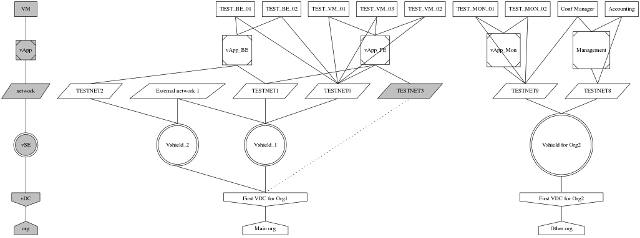
Before: diagramsamples/vcloud.thumbnail.png, a diagram exported from Graphviz (zoquero/vcloudtools). Its source is kept beside it as diagramsamples/vcloud.dot.
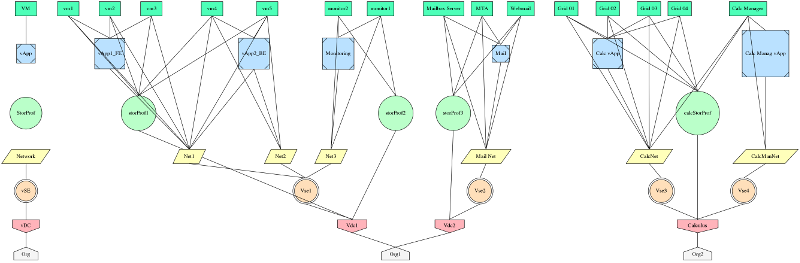
Later version of the same file.

What changed in the source:
```diff
@@ -4,99 +4,132 @@
   splines=false; # avoid curve lines
   edge [arrowhead=none,arrowtail=none];
   {
-    node [style=filled, fillcolor="#C0C0C0"];
-    org -> vDC -> vSE -> network -> vApp -> VM
+    Org -> vDC
+    vDC -> vSE
+    vSE -> Network
+    Network -> StorProf [style=invis]
+    StorProf -> vApp [style=invis]
+    vApp -> VM
 
-    org     [shape=house];
-    vDC     [shape=invhouse];
-    vSE     [shape=doublecircle];
-    network [shape=parallelogram];
-    vApp    [shape=Msquare];
-    VM      [shape=box];
+    Org [shape=house,style=filled,fillcolor="#f5f5f5"];
+    vDC [shape=invhouse,style=filled,fillcolor="#ffb3ba"];
+    vSE [shape=doublecircle,style=filled,fillcolor="#ffdfba"];
+    Network [shape=parallelogram,style=filled,fillcolor="#ffffba"];
+    StorProf [shape=circle,style=filled,fillcolor="#baffc9"];
+    vApp [shape=Msquare,style=filled,fillcolor="#bae1ff"];
+    VM [shape=box,style=filled,fillcolor="#4dffb8"];
   }
   # Orgs
   {
-    node [shape=house];
-    "Org1" [label="Main org"]
-    "Org2" [label="Other org"]
-    rank = same; org; "Org1";
-    rank = same; org; "Org2";
+    node [shape=house,style=filled,fillcolor="#f5f5f5"];
+    "Org1" [label="Org1"]
+    rank = same; Org; "Org1";
+    "Org2" [label="Org2"]
+    rank = same; Org; "Org2";
   }
   # vDCs
   {
-    node [shape=invhouse];
-    "urn_vcloud_vdc_ce6249ef_6ac0_49e8_a113_73829ad743a1" [label="First VDC for Org1"]
-    rank = same; vDC; "urn_vcloud_vdc_ce6249ef_6ac0_49e8_a113_73829ad743a1";
-    "urn_vcloud_vdc_ce6249ef_6ac0_49e8_a113_928ad3f28482" [label="First VDC for Org2"]
-    rank = same; vDC; "urn_vcloud_vdc_ce6249ef_6ac0_49e8_a113_928ad3f28482";
+    node [shape=invhouse,style=filled,fillcolor="#ffb3ba"];
+    "Vdc1" [label="Vdc1"]
+    rank = same; vDC; "Vdc1";
+    "Vdc2" [label="Vdc2"]
+    rank = same; vDC; "Vdc2";
+    "Calculus" [label="Calculus"]
+    rank = same; vDC; "Calculus";
   }
   # vSEs
   {
-    node [shape=doublecircle];
-    "urn_vcloud_gateway_99a8652b_f8e5_4322_842a_83jafb882ae1" [label="Vshield_2"]
-    rank = same; vSE; "urn_vcloud_gateway_99a8652b_f8e5_4322_842a_83jafb882ae1";
-    "urn_vcloud_gateway_a92eb7a6_bbcb_405a_8d55_3ce5704ec05c" [label="Vshield_1"]
-    rank = same; vSE; "urn_vcloud_gateway_a92eb7a6_bbcb_405a_8d55_3ce5704ec05c";
-    "urn_vcloud_gateway_a92eb7a6_bbcb_405a_8d55_3ce5704ec05d" [label="Vshield for Org2"]
-    rank = same; vSE; "urn_vcloud_gateway_a92eb7a6_bbcb_405a_8d55_3ce5704ec05d";
+    node [shape=doublecircle,style=filled,fillcolor="#ffdfba"];
+    "Vse1" [label="Vse1"]
+    rank = same; vSE; "Vse1";
+    "Vse2" [label="Vse2"]
+    rank = same; vSE; "Vse2";
+    "Vse3" [label="Vse3"]
+    rank = same; vSE; "Vse3";
+    "Vse4" [label="Vse4"]
+    rank = same; vSE; "Vse4";
   }
   # vSE Networks
   {
-    node [shape=parallelogram];
-    "TESTNET2" [label="TESTNET2"]
-    rank = same; network; "TESTNET2";
-    "External network 1" [label="External network 1"]
-    rank = same; network; "External network 1";
-    "External network 1" [label="External network 1"]
-    rank = same; network; "External network 1";
-    "TESTNET0" [label="TESTNET0"]
-    rank = same; network; "TESTNET0";
-    "TESTNET1" [label="TESTNET1"]
-    rank = same; network; "TESTNET1";
-    "TESTNET9" [label="TESTNET9"]
-    rank = same; network; "TESTNET9";
-    "TESTNET8" [label="TESTNET8"]
-    rank = same; network; "TESTNET8";
+    node [shape=parallelogram,style=filled,fillcolor="#ffffba"];
+    "Net1" [label="Net1"]
+    rank = same; Network; "Net1";
+    "Net2" [label="Net2"]
+    rank = same; Network; "Net2";
+    "Net3" [label="Net3"]
+    rank = same; Network; "Net3";
+    "Mail Net" [label="Mail Net"]
+    rank = same; Network; "Mail Net";
+    "CalcNet" [label="CalcNet"]
+    rank = same; Network; "CalcNet";
+    "CalcManNet" [label="CalcManNet"]
+    rank = same; Network; "CalcManNet";
   }
   # Isolated Networks
   {
-    node [shape=parallelogram,style=filled,fillcolor="#C0C0C0"];
-    "TESTNET3" [label="TESTNET3"]
-    rank = same; network; "TESTNET3";
+    node [shape=parallelogram,style=filled,fillcolor="#e5e5a0"];
+  }
+  # Storage Profiles
+  {
+    node [shape=circle,style=filled,fillcolor="#baffc9"];
+    "storProf1" [label="storProf1"]
+    rank = same; StorProf; "storProf1";
+    "storProf2" [label="storProf2"]
+    rank = same; StorProf; "storProf2";
+    "storProf3" [label="storProf3"]
+    rank = same; StorProf; "storProf3";
+    "calcStorProf" [label="calcStorProf"]
+    rank = same; StorProf; "calcStorProf";
   }
   # vApps
   {
-    node [shape=Msquare];
-    "urn_vcloud_vapp_82bc2974_aad1_4f38_8f10_0aab9c667076" [label="vApp_FE"]
-    rank = same; vApp; "urn_vcloud_vapp_82bc2974_aad1_4f38_8f10_0aab9c667076";
-    "urn_vcloud_vapp_82bc2974_aad1_4f38_8f10_0aab9c667077" [label="vApp_BE"]
-    rank = same; vApp; "urn_vcloud_vapp_82bc2974_aad1_4f38_8f10_0aab9c667077";
-    "urn_vcloud_vapp_82bc2974_aad1_4f38_8f10_0aab9c667078" [label="vApp_Mon"]
-    rank = same; vApp; "urn_vcloud_vapp_82bc2974_aad1_4f38_8f10_0aab9c667078";
-    "urn_vcloud_vapp_82bc2974_aad1_4f38_8f10_0aab9c667079" [label="Management"]
-    rank = same; vApp; "urn_vcloud_vapp_82bc2974_aad1_4f38_8f10_0aab9c667079";
+    node [shape=Msquare,style=filled,fillcolor="#bae1ff"];
+    "vApp1_FE" [label="vApp1_FE"]
+    rank = same; vApp; "vApp1_FE";
+    "vApp2_BE" [label="vApp2_BE"]
+    rank = same; vApp; "vApp2_BE";
+    "monitoring" [label="Monitoring"]
+    rank = same; vApp; "monitoring";
+    "Mail" [label="Mail"]
+    rank = same; vApp; "Mail";
+    "Calc vApp" [label="Calc vApp"]
+    rank = same; vApp; "Calc vApp";
+    "Calc Manag vApp" [label="Calc Manag vApp"]
+    rank = same; vApp; "Calc Manag vApp";
   }
   # VMs
   {
-    node [shape=box];
-    "urn_vcloud_vm_3e1bf41f_cb70_4258_92f5_386f22cc11a0" [label="TEST_VM_02"]
-    rank = same; VM; "urn_vcloud_vm_3e1bf41f_cb70_4258_92f5_386f22cc11a0";
-    "urn_vcloud_vm_40a34d05_bc27_455b_ba0b_576bd99e14d3" [label="TEST_VM_01"]
-    rank = same; VM; "urn_vcloud_vm_40a34d05_bc27_455b_ba0b_576bd99e14d3";
-    "urn_vcloud_vm_0ccae7ba_1585_443d_8091_3c5d02bc5ffe" [label="TEST_VM_03"]
-    rank = same; VM; "urn_vcloud_vm_0ccae7ba_1585_443d_8091_3c5d02bc5ffe";
-    "urn_vcloud_vm_3e1bf41f_cb70_4258_92f5_386f22cc11a1" [label="TEST_BE_01"]
-    rank = same; VM; "urn_vcloud_vm_3e1bf41f_cb70_4258_92f5_386f22cc11a1";
-    "urn_vcloud_vm_3e1bf41f_cb70_4258_92f5_386f22cc11a2" [label="TEST_BE_02"]
-    rank = same; VM; "urn_vcloud_vm_3e1bf41f_cb70_4258_92f5_386f22cc11a2";
-    "urn_vcloud_vm_3e1bf41f_cb70_4258_92f5_386f22cc11a3" [label="TEST_MON_01"]
-    rank = same; VM; "urn_vcloud_vm_3e1bf41f_cb70_4258_92f5_386f22cc11a3";
-    "urn_vcloud_vm_3e1bf41f_cb70_4258_92f5_386f22cc11a4" [label="TEST_MON_02"]
-    rank = same; VM; "urn_vcloud_vm_3e1bf41f_cb70_4258_92f5_386f22cc11a4";
-    "urn_vcloud_vm_3e1bf41f_cb70_4258_92f5_386f22cc11a5" [label="Conf Manager"]
-    rank = same; VM; "urn_vcloud_vm_3e1bf41f_cb70_4258_92f5_386f22cc11a5";
-    "urn_vcloud_vm_3e1bf41f_cb70_4258_92f5_386f22cc11a6" [label="Accounting"]
-    rank = same; VM; "urn_vcloud_vm_3e1bf41f_cb70_4258_92f5_386f22cc11a6";
+    node [shape=box,style=filled,fillcolor="#4dffb8"];
+    "vm1" [label="vm1"]
+    rank = same; VM; "vm1";
+    "vm2" [label="vm2"]
+    rank = same; VM; "vm2";
+    "vm3" [label="vm3"]
+    rank = same; VM; "vm3";
+    "vm4" [label="vm4"]
+    rank = same; VM; "vm4";
+    "vm5" [label="vm5"]
+    rank = same; VM; "vm5";
+    "monitor1" [label="monitor1"]
+    rank = same; VM; "monitor1";
+    "monitor2" [label="monitor2"]
+    rank = same; VM; "monitor2";
+    "Webmail" [label="Webmail"]
+    rank = same; VM; "Webmail";
+    "MTA" [label="MTA"]
+    rank = same; VM; "MTA";
+    "Mailbox Server" [label="Mailbox Server"]
+    rank = same; VM; "Mailbox Server";
+    "Grid 01" [label="Grid 01"]
+    rank = same; VM; "Grid 01";
+    "Grid 02" [label="Grid 02"]
+    rank = same; VM; "Grid 02";
+    "Grid 03" [label="Grid 03"]
+    rank = same; VM; "Grid 03";
+    "Grid 04" [label="Grid 04"]
+    rank = same; VM; "Grid 04";
+    "Calc Manager" [label="Calc Manager"]
+    rank = same; VM; "Calc Manager";
   }
   #
   # Edges
@@ -104,47 +137,82 @@
 
   # Org edges:
   # vDC edges:
-    "Org1":n->"urn_vcloud_vdc_ce6249ef_6ac0_49e8_a113_73829ad743a1":s;
-    "Org2":n->"urn_vcloud_vdc_ce6249ef_6ac0_49e8_a113_928ad3f28482":s;
+    "Org1":n->"Vdc1":s;
+    "Org1":n->"Vdc2":s;
+    "Org2":n->"Calculus":s;
   # vSE edges:
-    "urn_vcloud_vdc_ce6249ef_6ac0_49e8_a113_73829ad743a1":n->"urn_vcloud_gateway_99a8652b_f8e5_4322_842a_83jafb882ae1":s;
-    "urn_vcloud_vdc_ce6249ef_6ac0_49e8_a113_73829ad743a1":n->"urn_vcloud_gateway_a92eb7a6_bbcb_405a_8d55_3ce5704ec05c":s;
-    "urn_vcloud_vdc_ce6249ef_6ac0_49e8_a113_928ad3f28482":n->"urn_vcloud_gateway_a92eb7a6_bbcb_405a_8d55_3ce5704ec05d":s;
+    "Vdc1":n->"Vse1":s;
+    "Vdc2":n->"Vse2":s;
+    "Calculus":n->"Vse3":s;
+    "Calculus":n->"Vse4":s;
   # vSE Network edges:
-    "urn_vcloud_gateway_99a8652b_f8e5_4322_842a_83jafb882ae1":n->"TESTNET2":s;
-    "urn_vcloud_gateway_99a8652b_f8e5_4322_842a_83jafb882ae1":n->"External network 1":s;
-    "urn_vcloud_gateway_a92eb7a6_bbcb_405a_8d55_3ce5704ec05c":n->"External network 1":s;
-    "urn_vcloud_gateway_a92eb7a6_bbcb_405a_8d55_3ce5704ec05c":n->"TESTNET0":s;
-    "urn_vcloud_gateway_a92eb7a6_bbcb_405a_8d55_3ce5704ec05c":n->"TESTNET1":s;
-    "urn_vcloud_gateway_a92eb7a6_bbcb_405a_8d55_3ce5704ec05d":n->"TESTNET9":s;
-    "urn_vcloud_gateway_a92eb7a6_bbcb_405a_8d55_3ce5704ec05d":n->"TESTNET8":s;
+    "Vse1":n->"Net1":s;
+    "Vse1":n->"Net2":s;
+    "Vse1":n->"Net3":s;
+    "Vse2":n->"Mail Net":s;
+    "Vse3":n->"CalcNet":s;
+    "Vse4":n->"CalcManNet":s;
   # Isolated Network edges:
-    "urn_vcloud_vdc_ce6249ef_6ac0_49e8_a113_73829ad743a1":n->"TESTNET3":s [style="dotted"];
+  # Storage Profiles:
+    "Vdc1":n->"storProf1":s;
+    "Vdc1":n->"storProf2":s;
+    "Vdc2":n->"storProf3":s;
+    "Calculus":n->"calcStorProf":s;
   # vApp edges:
-    "TESTNET1":n->"urn_vcloud_vapp_82bc2974_aad1_4f38_8f10_0aab9c667076":s;
-    "TESTNET3":n->"urn_vcloud_vapp_82bc2974_aad1_4f38_8f10_0aab9c667076":s;
-    "TESTNET0":n->"urn_vcloud_vapp_82bc2974_aad1_4f38_8f10_0aab9c667076":s;
-    "TESTNET1":n->"urn_vcloud_vapp_82bc2974_aad1_4f38_8f10_0aab9c667077":s;
-    "TESTNET2":n->"urn_vcloud_vapp_82bc2974_aad1_4f38_8f10_0aab9c667077":s;
-    "TESTNET9":n->"urn_vcloud_vapp_82bc2974_aad1_4f38_8f10_0aab9c667078":s;
-    "TESTNET8":n->"urn_vcloud_vapp_82bc2974_aad1_4f38_8f10_0aab9c667079":s;
+    "Net1":n->"vApp1_FE":s;
+    "Net1":n->"vApp2_BE":s;
+    "Net2":n->"vApp2_BE":s;
+    "Net3":n->"monitoring":s;
+    "Mail Net":n->"Mail":s;
+    "CalcNet":n->"Calc vApp":s;
+    "CalcManNet":n->"Calc Manag vApp":s;
   # VM edges:
-    "urn_vcloud_vapp_82bc2974_aad1_4f38_8f10_0aab9c667076":n->"urn_vcloud_vm_3e1bf41f_cb70_4258_92f5_386f22cc11a0":s;
-    "TESTNET0":n->"urn_vcloud_vm_3e1bf41f_cb70_4258_92f5_386f22cc11a0":s;
-    "urn_vcloud_vapp_82bc2974_aad1_4f38_8f10_0aab9c667076":n->"urn_vcloud_vm_40a34d05_bc27_455b_ba0b_576bd99e14d3":s;
-    "TESTNET0":n->"urn_vcloud_vm_40a34d05_bc27_455b_ba0b_576bd99e14d3":s;
-    "urn_vcloud_vapp_82bc2974_aad1_4f38_8f10_0aab9c667076":n->"urn_vcloud_vm_0ccae7ba_1585_443d_8091_3c5d02bc5ffe":s;
-    "TESTNET0":n->"urn_vcloud_vm_0ccae7ba_1585_443d_8091_3c5d02bc5ffe":s;
-    "urn_vcloud_vapp_82bc2974_aad1_4f38_8f10_0aab9c667077":n->"urn_vcloud_vm_3e1bf41f_cb70_4258_92f5_386f22cc11a1":s;
-    "TESTNET0":n->"urn_vcloud_vm_3e1bf41f_cb70_4258_92f5_386f22cc11a1":s;
-    "urn_vcloud_vapp_82bc2974_aad1_4f38_8f10_0aab9c667077":n->"urn_vcloud_vm_3e1bf41f_cb70_4258_92f5_386f22cc11a2":s;
-    "TESTNET0":n->"urn_vcloud_vm_3e1bf41f_cb70_4258_92f5_386f22cc11a2":s;
-    "urn_vcloud_vapp_82bc2974_aad1_4f38_8f10_0aab9c667078":n->"urn_vcloud_vm_3e1bf41f_cb70_4258_92f5_386f22cc11a3":s;
-    "TESTNET9":n->"urn_vcloud_vm_3e1bf41f_cb70_4258_92f5_386f22cc11a3":s;
-    "urn_vcloud_vapp_82bc2974_aad1_4f38_8f10_0aab9c667078":n->"urn_vcloud_vm_3e1bf41f_cb70_4258_92f5_386f22cc11a4":s;
-    "TESTNET9":n->"urn_vcloud_vm_3e1bf41f_cb70_4258_92f5_386f22cc11a4":s;
-    "urn_vcloud_vapp_82bc2974_aad1_4f38_8f10_0aab9c667079":n->"urn_vcloud_vm_3e1bf41f_cb70_4258_92f5_386f22cc11a5":s;
-    "TESTNET9":n->"urn_vcloud_vm_3e1bf41f_cb70_4258_92f5_386f22cc11a5":s;
-    "urn_vcloud_vapp_82bc2974_aad1_4f38_8f10_0aab9c667079":n->"urn_vcloud_vm_3e1bf41f_cb70_4258_92f5_386f22cc11a6":s;
-    "TESTNET8":n->"urn_vcloud_vm_3e1bf41f_cb70_4258_92f5_386f22cc11a6":s;
+    "vApp1_FE":n->"vm1":s;
+    "Net1":n->"vm1":s;
+    "storProf1":n->"vm1":s;
+    "vApp1_FE":n->"vm2":s;
+    "Net1":n->"vm2":s;
+    "storProf1":n->"vm2":s;
+    "vApp1_FE":n->"vm3":s;
+    "Net1":n->"vm3":s;
+    "storProf1":n->"vm3":s;
+    "vApp2_BE":n->"vm4":s;
+    "Net1":n->"vm4":s;
+    "Net2":n->"vm4":s;
+    "storProf1":n->"vm4":s;
+    "vApp2_BE":n->"vm5":s;
+    "Net1":n->"vm5":s;
+    "Net2":n->"vm5":s;
+    "storProf1":n->"vm5":s;
+    "monitoring":n->"monitor1":s;
+    "Net3":n->"monitor1":s;
+    "storProf2":n->"monitor1":s;
+    "monitoring":n->"monitor2":s;
+    "Net3":n->"monitor2":s;
+    "storProf2":n->"monitor2":s;
+    "Mail":n->"Webmail":s;
+    "Mail Net":n->"Webmail":s;
+    "storProf3":n->"Webmail":s;
+    "Mail":n->"MTA":s;
+    "Mail Net":n->"MTA":s;
+    "storProf3":n->"MTA":s;
+    "Mail":n->"Mailbox Server":s;
+    "Mail Net":n->"Mailbox Server":s;
+    "storProf3":n->"Mailbox Server":s;
+    "Calc vApp":n->"Grid 01":s;
+    "CalcNet":n->"Grid 01":s;
+    "calcStorProf":n->"Grid 01":s;
+    "Calc vApp":n->"Grid 02":s;
+    "CalcNet":n->"Grid 02":s;
+    "calcStorProf":n->"Grid 02":s;
+    "Calc vApp":n->"Grid 03":s;
+    "CalcNet":n->"Grid 03":s;
+    "calcStorProf":n->"Grid 03":s;
+    "Calc vApp":n->"Grid 04":s;
+    "CalcNet":n->"Grid 04":s;
+    "calcStorProf":n->"Grid 04":s;
+    "Calc Manag vApp":n->"Calc Manager":s;
+    "CalcNet":n->"Calc Manager":s;
+    "CalcManNet":n->"Calc Manager":s;
+    "calcStorProf":n->"Calc Manager":s;
 }
```
